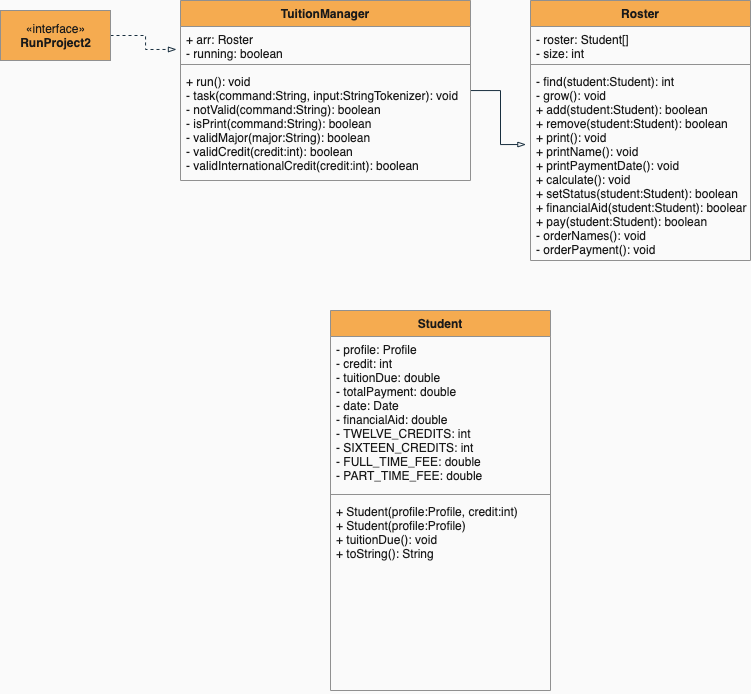
The draw.io diagram UMLDiagram.png in JDunich/Student-Tuition-API, before a commit. Source tidied: cells renumbered, new cells last; positions are measured from the earlier drawing's top-left corner, leaving out a move shared by most shapes.
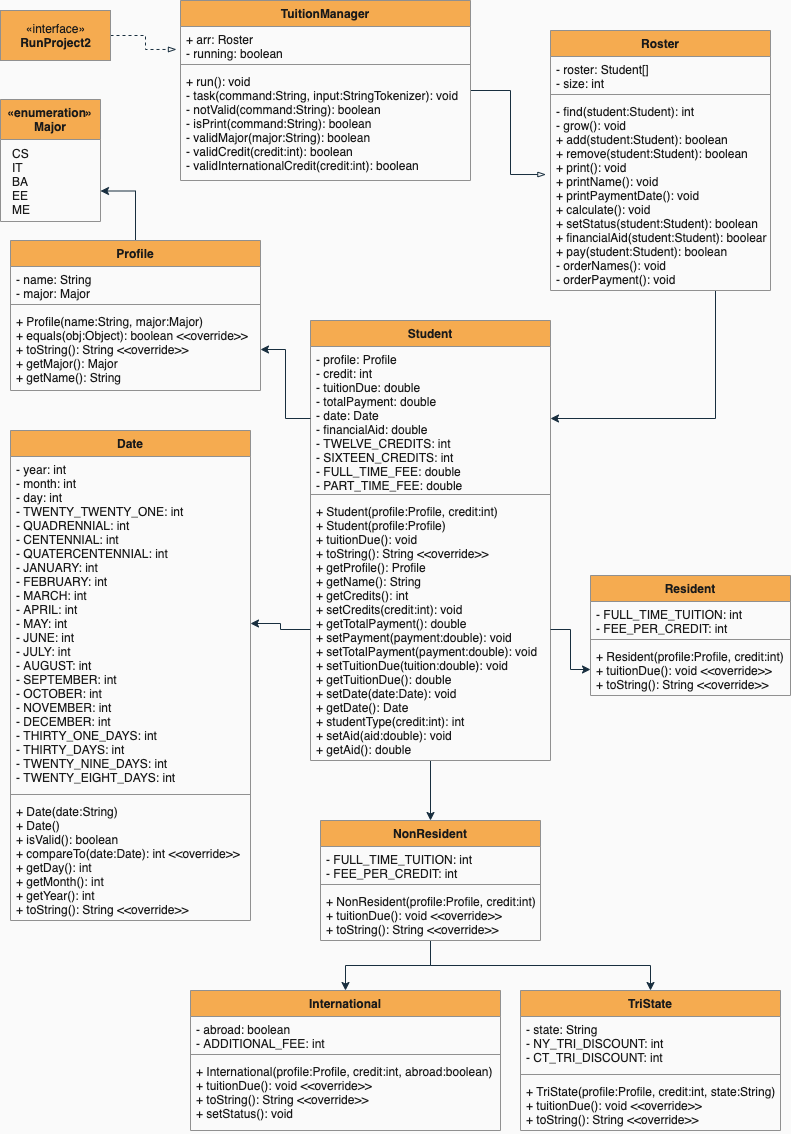
After the commit.

Diff of the diagram source:
```diff
@@ -23,8 +23,11 @@
     <mxCell id="8" value="+ run(): void&#10;- task(command:String, input:StringTokenizer): void&#10;- notValid(command:String): boolean&#10;- isPrint(command:String): boolean&#10;- validMajor(major:String): boolean&#10;- validCredit(credit:int): boolean&#10;- validInternationalCredit(credit:int): boolean" style="text;strokeColor=none;fillColor=none;align=left;verticalAlign=top;spacingLeft=4;spacingRight=4;overflow=hidden;fontColor=#1A1A1A;" parent="5" vertex="1">
       <mxGeometry y="68" width="290" height="112" as="geometry" />
     </mxCell>
+    <mxCell id="17" style="edgeStyle=orthogonalEdgeStyle;rounded=0;sketch=0;jettySize=auto;html=1;exitX=0.75;exitY=1;exitDx=0;exitDy=0;fontColor=#1A1A1A;strokeColor=#182E3E;" parent="1" edge="1" source="9" target="14">
+      <mxGeometry relative="1" as="geometry" />
+    </mxCell>
     <mxCell id="9" value="Roster" style="swimlane;fontStyle=1;align=center;verticalAlign=top;horizontal=1;startSize=26;fillColor=#F5AB50;strokeColor=#909090;fontColor=#1A1A1A;" parent="1" vertex="1">
-      <mxGeometry x="530" width="220" height="260" as="geometry" />
+      <mxGeometry x="550" y="30" width="220" height="260" as="geometry" />
     </mxCell>
     <mxCell id="10" value="- roster: Student[]&#10;- size: int" style="text;strokeColor=none;fillColor=none;align=left;verticalAlign=top;spacingLeft=4;spacingRight=4;overflow=hidden;fontColor=#1A1A1A;" parent="9" vertex="1">
       <mxGeometry y="26" width="220" height="34" as="geometry" />
@@ -35,17 +38,116 @@
     <mxCell id="12" value="- find(student:Student): int&#10;- grow(): void&#10;+ add(student:Student): boolean&#10;+ remove(student:Student): boolean&#10;+ print(): void&#10;+ printName(): void&#10;+ printPaymentDate(): void&#10;+ calculate(): void&#10;+ setStatus(student:Student): boolean&#10;+ financialAid(student:Student): boolean&#10;+ pay(student:Student): boolean&#10;- orderNames(): void&#10;- orderPayment(): void&#10;" style="text;strokeColor=none;fillColor=none;align=left;verticalAlign=top;spacingLeft=4;spacingRight=4;overflow=hidden;points=[[0,0.5],[1,0.5]];portConstraint=eastwest;fontColor=#1A1A1A;" parent="9" vertex="1">
       <mxGeometry y="68" width="220" height="192" as="geometry" />
     </mxCell>
+    <mxCell id="18" style="edgeStyle=orthogonalEdgeStyle;rounded=0;sketch=0;jettySize=auto;html=1;fontColor=#1A1A1A;strokeColor=#182E3E;" parent="1" edge="1" source="13" target="38">
+      <mxGeometry relative="1" as="geometry" />
+    </mxCell>
     <mxCell id="13" value="Student" style="swimlane;fontStyle=1;align=center;verticalAlign=top;horizontal=1;startSize=26;fillColor=#F5AB50;strokeColor=#909090;fontColor=#1A1A1A;" parent="1" vertex="1">
-      <mxGeometry x="330" y="310" width="220" height="380" as="geometry" />
+      <mxGeometry x="310" y="320" width="240" height="440" as="geometry" />
     </mxCell>
     <mxCell id="14" value="- profile: Profile&#10;- credit: int&#10;- tuitionDue: double&#10;- totalPayment: double&#10;- date: Date&#10;- financialAid: double&#10;- TWELVE_CREDITS: int&#10;- SIXTEEN_CREDITS: int&#10;- FULL_TIME_FEE: double&#10;- PART_TIME_FEE: double" style="text;strokeColor=none;fillColor=none;align=left;verticalAlign=top;spacingLeft=4;spacingRight=4;overflow=hidden;points=[[0,0.5],[1,0.5]];portConstraint=eastwest;fontColor=#1A1A1A;fontStyle=0;" parent="13" vertex="1">
-      <mxGeometry y="26" width="220" height="154" as="geometry" />
+      <mxGeometry y="26" width="240" height="144" as="geometry" />
     </mxCell>
     <mxCell id="15" style="line;strokeWidth=1;fillColor=none;align=left;verticalAlign=middle;spacingTop=-1;spacingLeft=3;spacingRight=3;labelPosition=right;labelBackgroundColor=#EEEEEE;strokeColor=#909090;fontColor=#1A1A1A;" parent="13" vertex="1">
-      <mxGeometry y="180" width="220" height="8" as="geometry" />
+      <mxGeometry y="170" width="240" height="8" as="geometry" />
     </mxCell>
-    <mxCell id="16" value="+ Student(profile:Profile, credit:int)&#10;+ Student(profile:Profile)&#10;+ tuitionDue(): void&#10;+ toString(): String" style="text;strokeColor=none;fillColor=none;align=left;verticalAlign=top;spacingLeft=4;spacingRight=4;overflow=hidden;points=[[0,0.5],[1,0.5]];portConstraint=eastwest;fontColor=#1A1A1A;" parent="13" vertex="1">
-      <mxGeometry y="188" width="220" height="192" as="geometry" />
+    <mxCell id="16" value="+ Student(profile:Profile, credit:int)&#10;+ Student(profile:Profile)&#10;+ tuitionDue(): void&#10;+ toString(): String &lt;&lt;override&gt;&gt;&#10;+ getProfile(): Profile&#10;+ getName(): String&#10;+ getCredits(): int&#10;+ setCredits(credit:int): void&#10;+ getTotalPayment(): double&#10;+ setPayment(payment:double): void&#10;+ setTotalPayment(payment:double): void&#10;+ setTuitionDue(tuition:double): void&#10;+ getTuitionDue(): double&#10;+ setDate(date:Date): void&#10;+ getDate(): Date&#10;+ studentType(credit:int): int&#10;+ setAid(aid:double): void&#10;+ getAid(): double" style="text;strokeColor=none;fillColor=none;align=left;verticalAlign=top;spacingLeft=4;spacingRight=4;overflow=hidden;points=[[0,0.5],[1,0.5]];portConstraint=eastwest;fontColor=#1A1A1A;" parent="13" vertex="1">
+      <mxGeometry y="178" width="240" height="262" as="geometry" />
     </mxCell>
+    <mxCell id="19" style="edgeStyle=orthogonalEdgeStyle;rounded=0;sketch=0;jettySize=auto;html=1;entryX=1;entryY=0.75;entryDx=0;entryDy=0;fontColor=#1A1A1A;strokeColor=#182E3E;" parent="1" edge="1" source="20" target="30">
+      <mxGeometry relative="1" as="geometry" />
+    </mxCell>
+    <mxCell id="20" value="Profile" style="swimlane;fontStyle=1;align=center;verticalAlign=top;horizontal=1;startSize=26;fillColor=#F5AB50;strokeColor=#909090;fontColor=#1A1A1A;" parent="1" vertex="1">
+      <mxGeometry x="10" y="240" width="250" height="150" as="geometry" />
+    </mxCell>
+    <mxCell id="21" value="- name: String&#10;- major: Major&#10;" style="text;strokeColor=none;fillColor=none;align=left;verticalAlign=top;spacingLeft=4;spacingRight=4;overflow=hidden;fontColor=#1A1A1A;fontStyle=0;" parent="20" vertex="1">
+      <mxGeometry y="26" width="250" height="34" as="geometry" />
+    </mxCell>
+    <mxCell id="22" style="line;strokeWidth=1;fillColor=none;align=left;verticalAlign=middle;spacingTop=-1;spacingLeft=3;spacingRight=3;labelPosition=right;labelBackgroundColor=#EEEEEE;strokeColor=#909090;fontColor=#1A1A1A;" parent="20" vertex="1">
+      <mxGeometry y="60" width="250" height="8" as="geometry" />
+    </mxCell>
+    <mxCell id="23" value="+ Profile(name:String, major:Major)&#10;+ equals(obj:Object): boolean &lt;&lt;override&gt;&gt;&#10;+ toString(): String &lt;&lt;override&gt;&gt;&#10;+ getMajor(): Major&#10;+ getName(): String" style="text;strokeColor=none;fillColor=none;align=left;verticalAlign=top;spacingLeft=4;spacingRight=4;overflow=hidden;points=[[0,0.5],[1,0.5]];portConstraint=eastwest;fontColor=#1A1A1A;" parent="20" vertex="1">
+      <mxGeometry y="68" width="250" height="82" as="geometry" />
+    </mxCell>
+    <mxCell id="24" value="Date" style="swimlane;fontStyle=1;align=center;verticalAlign=top;horizontal=1;startSize=26;fillColor=#F5AB50;strokeColor=#909090;fontColor=#1A1A1A;" parent="1" vertex="1">
+      <mxGeometry x="10" y="430" width="240" height="490" as="geometry" />
+    </mxCell>
+    <mxCell id="25" value="- year: int&#10;- month: int&#10;- day: int&#10;- TWENTY_TWENTY_ONE: int&#10;- QUADRENNIAL: int&#10;- CENTENNIAL: int&#10;- QUATERCENTENNIAL: int&#10;- JANUARY: int&#10;- FEBRUARY: int&#10;- MARCH: int&#10;- APRIL: int&#10;- MAY: int&#10;- JUNE: int&#10;- JULY: int&#10;- AUGUST: int&#10;- SEPTEMBER: int&#10;- OCTOBER: int&#10;- NOVEMBER: int&#10;- DECEMBER: int&#10;- THIRTY_ONE_DAYS: int&#10;- THIRTY_DAYS: int&#10;- TWENTY_NINE_DAYS: int&#10;- TWENTY_EIGHT_DAYS: int" style="text;strokeColor=none;fillColor=none;align=left;verticalAlign=top;spacingLeft=4;spacingRight=4;overflow=hidden;points=[[0,0.5],[1,0.5]];portConstraint=eastwest;fontColor=#1A1A1A;fontStyle=0;" parent="24" vertex="1">
+      <mxGeometry y="26" width="240" height="334" as="geometry" />
+    </mxCell>
+    <mxCell id="26" style="line;strokeWidth=1;fillColor=none;align=left;verticalAlign=middle;spacingTop=-1;spacingLeft=3;spacingRight=3;labelPosition=right;labelBackgroundColor=#EEEEEE;strokeColor=#909090;fontColor=#1A1A1A;" parent="24" vertex="1">
+      <mxGeometry y="360" width="240" height="8" as="geometry" />
+    </mxCell>
+    <mxCell id="27" value="+ Date(date:String)&#10;+ Date()&#10;+ isValid(): boolean&#10;+ compareTo(date:Date): int &lt;&lt;override&gt;&gt;&#10;+ getDay(): int&#10;+ getMonth(): int&#10;+ getYear(): int&#10;+ toString(): String &lt;&lt;override&gt;&gt;" style="text;strokeColor=none;fillColor=none;align=left;verticalAlign=top;spacingLeft=4;spacingRight=4;overflow=hidden;fontColor=#1A1A1A;" parent="24" vertex="1">
+      <mxGeometry y="368" width="240" height="122" as="geometry" />
+    </mxCell>
+    <mxCell id="28" style="edgeStyle=orthogonalEdgeStyle;rounded=0;sketch=0;jettySize=auto;html=1;exitX=0;exitY=0.5;exitDx=0;exitDy=0;fontColor=#1A1A1A;strokeColor=#182E3E;" parent="1" edge="1" source="14" target="23">
+      <mxGeometry relative="1" as="geometry" />
+    </mxCell>
+    <mxCell id="29" style="edgeStyle=orthogonalEdgeStyle;rounded=0;sketch=0;jettySize=auto;html=1;exitX=0;exitY=0.5;exitDx=0;exitDy=0;fontColor=#1A1A1A;strokeColor=#182E3E;" parent="1" edge="1" source="16" target="25">
+      <mxGeometry relative="1" as="geometry" />
+    </mxCell>
+    <mxCell id="30" value="«enumeration»&#10;Major" style="swimlane;rounded=0;sketch=0;fontColor=#1A1A1A;strokeColor=#909090;fillColor=#F5AB50;startSize=40;" parent="1" vertex="1">
+      <mxGeometry y="99" width="100" height="122" as="geometry" />
+    </mxCell>
+    <mxCell id="31" value="CS&lt;br&gt;IT&lt;br&gt;BA&lt;br&gt;EE&lt;br&gt;ME" style="text;html=1;align=left;verticalAlign=middle;strokeColor=none;fillColor=none;fontColor=#1A1A1A;" parent="30" vertex="1">
+      <mxGeometry x="10" y="42" width="30" height="80" as="geometry" />
+    </mxCell>
+    <mxCell id="32" value="Resident" style="swimlane;fontStyle=1;align=center;verticalAlign=top;horizontal=1;startSize=26;fillColor=#F5AB50;strokeColor=#909090;fontColor=#1A1A1A;" parent="1" vertex="1">
+      <mxGeometry x="590" y="575" width="200" height="120" as="geometry" />
+    </mxCell>
+    <mxCell id="33" value="- FULL_TIME_TUITION: int&#10;- FEE_PER_CREDIT: int" style="text;strokeColor=none;fillColor=none;align=left;verticalAlign=top;spacingLeft=4;spacingRight=4;overflow=hidden;fontColor=#1A1A1A;fontStyle=0;" parent="32" vertex="1">
+      <mxGeometry y="26" width="200" height="34" as="geometry" />
+    </mxCell>
+    <mxCell id="34" style="line;strokeWidth=1;fillColor=none;align=left;verticalAlign=middle;spacingTop=-1;spacingLeft=3;spacingRight=3;labelPosition=right;labelBackgroundColor=#EEEEEE;strokeColor=#909090;fontColor=#1A1A1A;" parent="32" vertex="1">
+      <mxGeometry y="60" width="200" height="8" as="geometry" />
+    </mxCell>
+    <mxCell id="35" value="+ Resident(profile:Profile, credit:int)&#10;+ tuitionDue(): void &lt;&lt;override&gt;&gt;&#10;+ toString(): String &lt;&lt;override&gt;&gt;" style="text;strokeColor=none;fillColor=none;align=left;verticalAlign=top;spacingLeft=4;spacingRight=4;overflow=hidden;points=[[0,0.5],[1,0.5]];portConstraint=eastwest;fontColor=#1A1A1A;" parent="32" vertex="1">
+      <mxGeometry y="68" width="200" height="52" as="geometry" />
+    </mxCell>
+    <mxCell id="36" style="edgeStyle=orthogonalEdgeStyle;rounded=0;sketch=0;jettySize=auto;html=1;fontColor=#1A1A1A;strokeColor=#182E3E;" parent="1" edge="1" source="38" target="46">
+      <mxGeometry relative="1" as="geometry" />
+    </mxCell>
+    <mxCell id="37" style="edgeStyle=orthogonalEdgeStyle;rounded=0;sketch=0;jettySize=auto;html=1;entryX=0.5;entryY=0;entryDx=0;entryDy=0;fontColor=#1A1A1A;strokeColor=#182E3E;" parent="1" edge="1" source="38" target="42">
+      <mxGeometry relative="1" as="geometry" />
+    </mxCell>
+    <mxCell id="38" value="NonResident" style="swimlane;fontStyle=1;align=center;verticalAlign=top;horizontal=1;startSize=26;fillColor=#F5AB50;strokeColor=#909090;fontColor=#1A1A1A;" parent="1" vertex="1">
+      <mxGeometry x="320" y="820" width="220" height="120" as="geometry" />
+    </mxCell>
+    <mxCell id="39" value="- FULL_TIME_TUITION: int&#10;- FEE_PER_CREDIT: int" style="text;strokeColor=none;fillColor=none;align=left;verticalAlign=top;spacingLeft=4;spacingRight=4;overflow=hidden;fontColor=#1A1A1A;fontStyle=0;" parent="38" vertex="1">
+      <mxGeometry y="26" width="220" height="34" as="geometry" />
+    </mxCell>
+    <mxCell id="40" style="line;strokeWidth=1;fillColor=none;align=left;verticalAlign=middle;spacingTop=-1;spacingLeft=3;spacingRight=3;labelPosition=right;labelBackgroundColor=#EEEEEE;strokeColor=#909090;fontColor=#1A1A1A;" parent="38" vertex="1">
+      <mxGeometry y="60" width="220" height="8" as="geometry" />
+    </mxCell>
+    <mxCell id="41" value="+ NonResident(profile:Profile, credit:int)&#10;+ tuitionDue(): void &lt;&lt;override&gt;&gt;&#10;+ toString(): String &lt;&lt;override&gt;&gt;" style="text;strokeColor=none;fillColor=none;align=left;verticalAlign=top;spacingLeft=4;spacingRight=4;overflow=hidden;fontColor=#1A1A1A;" parent="38" vertex="1">
+      <mxGeometry y="68" width="220" height="52" as="geometry" />
+    </mxCell>
+    <mxCell id="42" value="TriState" style="swimlane;fontStyle=1;align=center;verticalAlign=top;horizontal=1;startSize=26;fillColor=#F5AB50;strokeColor=#909090;fontColor=#1A1A1A;" parent="1" vertex="1">
+      <mxGeometry x="520" y="990" width="260" height="140" as="geometry" />
+    </mxCell>
+    <mxCell id="43" value="- state: String&#10;- NY_TRI_DISCOUNT: int&#10;- CT_TRI_DISCOUNT: int" style="text;strokeColor=none;fillColor=none;align=left;verticalAlign=top;spacingLeft=4;spacingRight=4;overflow=hidden;fontColor=#1A1A1A;fontStyle=0;" parent="42" vertex="1">
+      <mxGeometry y="26" width="260" height="54" as="geometry" />
+    </mxCell>
+    <mxCell id="44" style="line;strokeWidth=1;fillColor=none;align=left;verticalAlign=middle;spacingTop=-1;spacingLeft=3;spacingRight=3;labelPosition=right;labelBackgroundColor=#EEEEEE;strokeColor=#909090;fontColor=#1A1A1A;" parent="42" vertex="1">
+      <mxGeometry y="80" width="260" height="8" as="geometry" />
+    </mxCell>
+    <mxCell id="45" value="+ TriState(profile:Profile, credit:int, state:String)&#10;+ tuitionDue(): void &lt;&lt;override&gt;&gt;&#10;+ toString(): String &lt;&lt;override&gt;&gt;" style="text;strokeColor=none;fillColor=none;align=left;verticalAlign=top;spacingLeft=4;spacingRight=4;overflow=hidden;fontColor=#1A1A1A;" parent="42" vertex="1">
+      <mxGeometry y="88" width="260" height="52" as="geometry" />
+    </mxCell>
+    <mxCell id="46" value="International" style="swimlane;fontStyle=1;align=center;verticalAlign=top;horizontal=1;startSize=26;fillColor=#F5AB50;strokeColor=#909090;fontColor=#1A1A1A;" parent="1" vertex="1">
+      <mxGeometry x="190" y="990" width="310" height="140" as="geometry" />
+    </mxCell>
+    <mxCell id="47" value="- abroad: boolean&#10;- ADDITIONAL_FEE: int" style="text;strokeColor=none;fillColor=none;align=left;verticalAlign=top;spacingLeft=4;spacingRight=4;overflow=hidden;fontColor=#1A1A1A;fontStyle=0;" parent="46" vertex="1">
+      <mxGeometry y="26" width="310" height="34" as="geometry" />
+    </mxCell>
+    <mxCell id="48" style="line;strokeWidth=1;fillColor=none;align=left;verticalAlign=middle;spacingTop=-1;spacingLeft=3;spacingRight=3;labelPosition=right;labelBackgroundColor=#EEEEEE;strokeColor=#909090;fontColor=#1A1A1A;" parent="46" vertex="1">
+      <mxGeometry y="60" width="310" height="8" as="geometry" />
+    </mxCell>
+    <mxCell id="49" value="+ International(profile:Profile, credit:int, abroad:boolean)&#10;+ tuitionDue(): void &lt;&lt;override&gt;&gt;&#10;+ toString(): String &lt;&lt;override&gt;&gt;&#10;+ setStatus(): void" style="text;strokeColor=none;fillColor=none;align=left;verticalAlign=top;spacingLeft=4;spacingRight=4;overflow=hidden;fontColor=#1A1A1A;" parent="46" vertex="1">
+      <mxGeometry y="68" width="310" height="72" as="geometry" />
+    </mxCell>
+    <mxCell id="50" style="edgeStyle=orthogonalEdgeStyle;rounded=0;sketch=0;jettySize=auto;html=1;exitX=1;exitY=0.5;exitDx=0;exitDy=0;fontColor=#1A1A1A;strokeColor=#182E3E;" parent="1" edge="1" source="16" target="35">
+      <mxGeometry relative="1" as="geometry" />
+    </mxCell>
   </root>
 </mxGraphModel>
```
